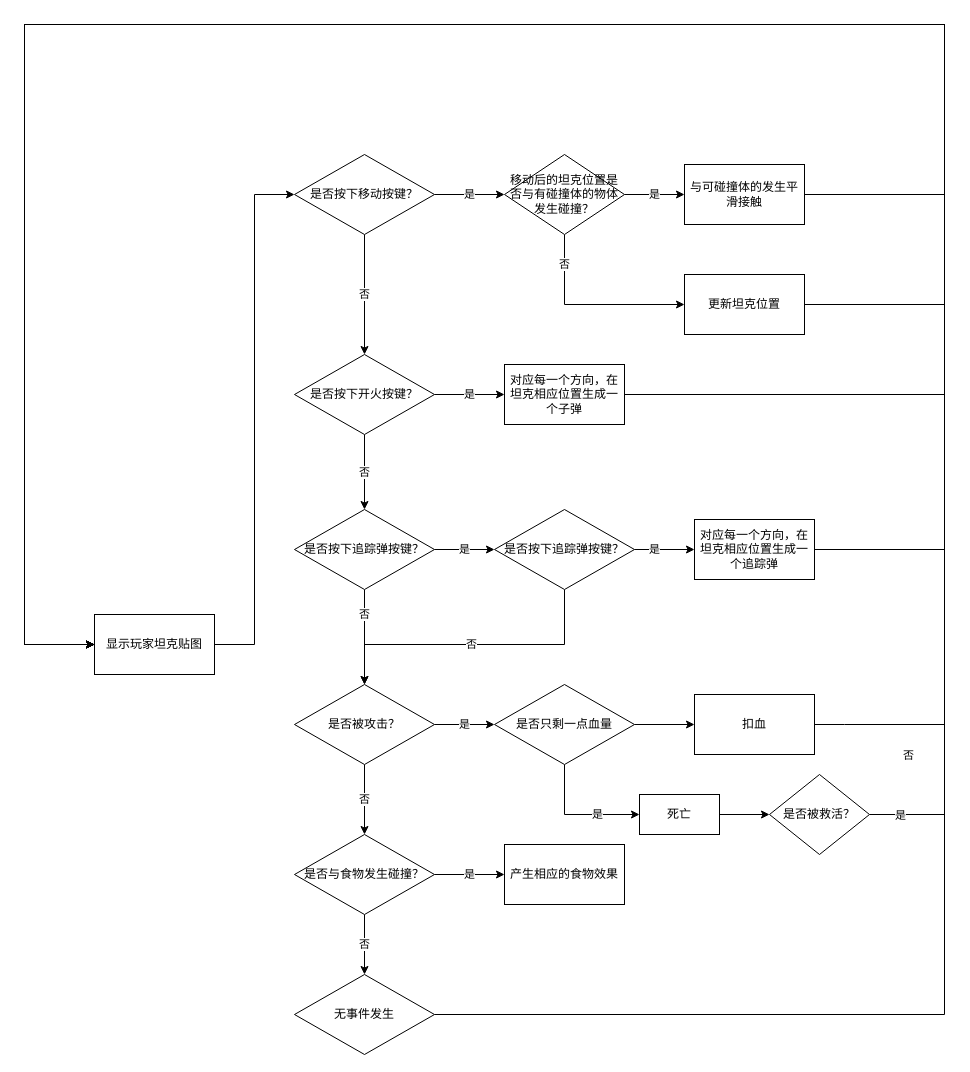
This is 玩家坦克主要算法流程图.drawio from shinejjy/Flow-Chart, a draw.io file, before an edit. Source tidied: cells renumbered, new cells numbered last; positions are measured from the earlier drawing's top-left corner, leaving out a move shared by most shapes. Both pictures are drawn from the tidied source at 100%, with x=0, y=0 at pixel (24, 24).
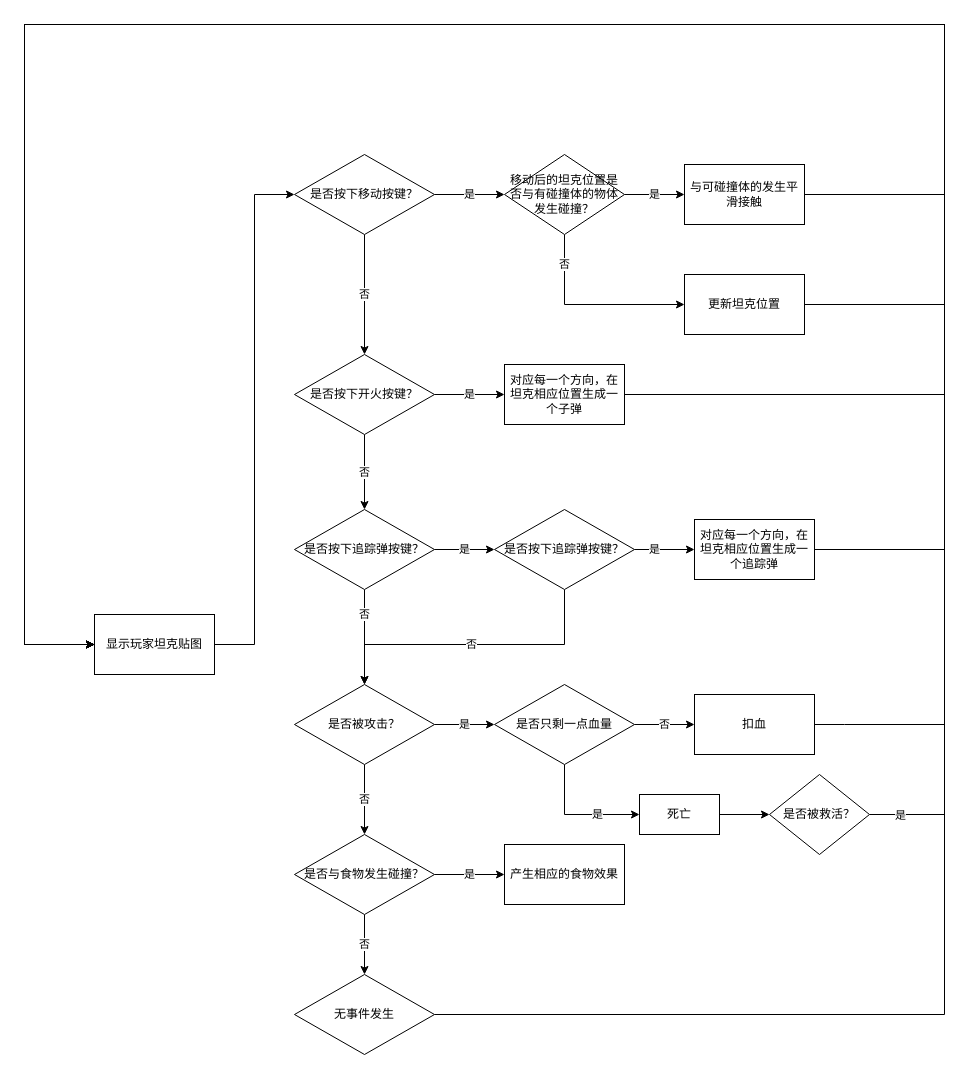
The same page after the edit.

Commit message (it also covers changes not shown here):
更新玩家坦克主要算法流程图.drawio

The change refers to these unchanged cells:
```xml
<mxCell id="32" style="edgeStyle=orthogonalEdgeStyle;rounded=0;jettySize=auto;html=1;exitX=1;exitY=0.5;exitDx=0;exitDy=0;entryX=0;entryY=0.5;entryDx=0;entryDy=0;" parent="1" edge="1" source="46" target="24">
  <mxGeometry relative="1" as="geometry">
    <Array as="points">
      <mxPoint x="820" y="700" />
      <mxPoint x="920" y="700" />
      <mxPoint x="920" />
      <mxPoint />
      <mxPoint y="620" />
    </Array>
  </mxGeometry>
</mxCell>
<mxCell id="36" value="是否只剩一点血量" style="rhombus;whiteSpace=wrap;html=1;" parent="1" vertex="1">
  <mxGeometry x="470" y="660" width="140" height="80" as="geometry" />
</mxCell>
<mxCell id="46" value="扣血" style="rounded=0;whiteSpace=wrap;html=1;" parent="1" vertex="1">
  <mxGeometry x="670" y="670" width="120" height="60" as="geometry" />
</mxCell>
```

Diff of the diagram source:
```diff
@@
-    <mxCell id="33" value="否" style="edgeLabel;html=1;align=center;verticalAlign=middle;" parent="32" vertex="1">
-      <mxGeometry x="-0.92" relative="1" as="geometry">
-        <mxPoint x="-5" y="30" as="offset" />
-      </mxGeometry>
-    </mxCell>
@@
-    <mxCell id="35" style="edgeStyle=orthogonalEdgeStyle;rounded=0;jettySize=auto;html=1;exitX=1;exitY=0.5;exitDx=0;exitDy=0;entryX=0;entryY=0.5;entryDx=0;entryDy=0;" parent="1" edge="1" source="36" target="46">
+    <mxCell id="35" value="否" style="edgeStyle=orthogonalEdgeStyle;rounded=0;jettySize=auto;html=1;exitX=1;exitY=0.5;exitDx=0;exitDy=0;entryX=0;entryY=0.5;entryDx=0;entryDy=0;" parent="1" edge="1" source="36" target="46">
       <mxGeometry relative="1" as="geometry" />
     </mxCell>
```
